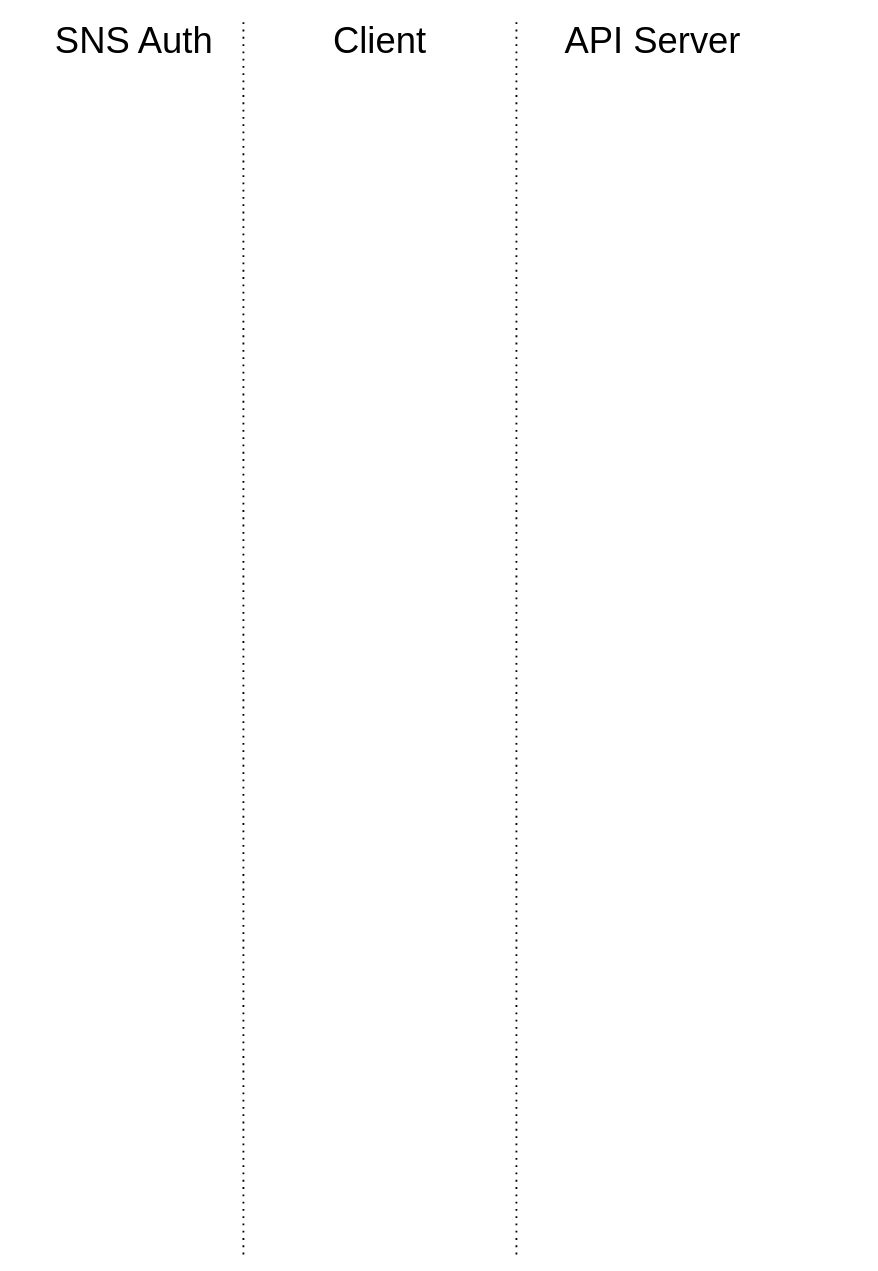
The draw.io diagram Untitled Diagram.drawio in 201311113/dataFlow_livecommerce, before the edit. Source tidied: cells renumbered, new cells numbered last; positions are measured from the earlier drawing's top-left corner, leaving out a move shared by most shapes. Both pictures are drawn from the tidied source at 91%, with x=0, y=0 at pixel (43, 16).
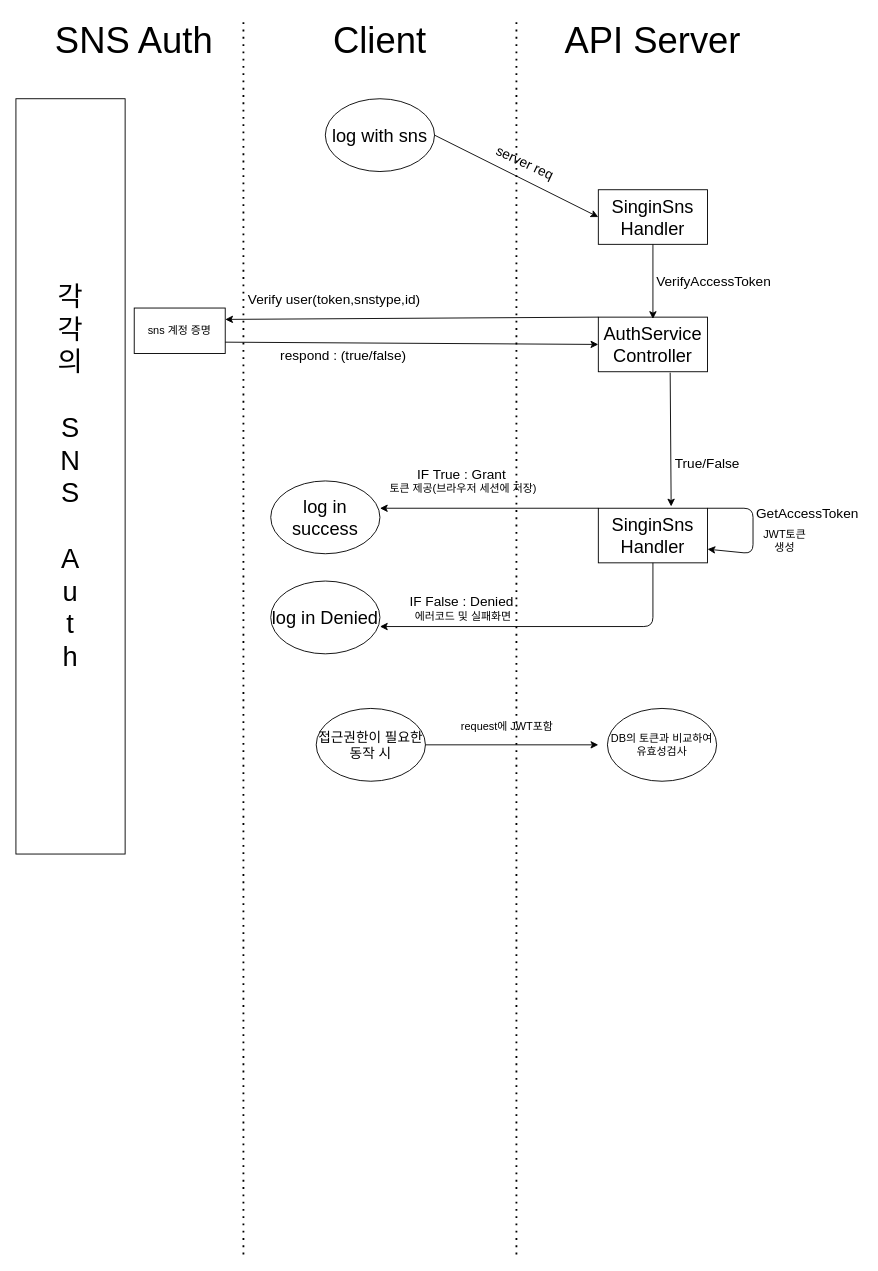
Above is the later version.

Diff of the diagram source:
```diff
@@
+    <mxCell id="7" value="&lt;font style=&quot;font-size: 20px&quot;&gt;log with sns&lt;/font&gt;" style="ellipse;whiteSpace=wrap;html=1;" parent="1" vertex="1">
+      <mxGeometry x="310" y="90" width="120" height="80" as="geometry" />
+    </mxCell>
+    <mxCell id="8" value="&lt;font style=&quot;font-size: 20px&quot;&gt;SinginSns Handler&lt;/font&gt;" style="rounded=0;whiteSpace=wrap;html=1;" parent="1" vertex="1">
+      <mxGeometry x="610" y="190" width="120" height="60" as="geometry" />
+    </mxCell>
+    <mxCell id="9" style="endArrow=classic;html=1;exitX=1;exitY=0.5;exitDx=0;exitDy=0;entryX=0;entryY=0.5;entryDx=0;entryDy=0;" parent="1" edge="1" source="7" target="8">
+      <mxGeometry relative="1" as="geometry" />
+    </mxCell>
+    <mxCell id="10" value="&lt;font style=&quot;font-size: 15px&quot;&gt;server req&lt;/font&gt;" style="text;html=1;strokeColor=none;fillColor=none;align=center;verticalAlign=middle;whiteSpace=wrap;rounded=0;rotation=25;" parent="1" vertex="1">
+      <mxGeometry x="430" y="150" width="200" height="20" as="geometry" />
+    </mxCell>
+    <mxCell id="11" value="&lt;div&gt;&lt;font style=&quot;font-size: 20px&quot;&gt;AuthService&lt;/font&gt;&lt;/div&gt;&lt;div&gt;&lt;font style=&quot;font-size: 20px&quot;&gt;Controller&lt;br&gt;&lt;/font&gt;&lt;/div&gt;" style="rounded=0;whiteSpace=wrap;html=1;" parent="1" vertex="1">
+      <mxGeometry x="610" y="330" width="120" height="60" as="geometry" />
+    </mxCell>
+    <mxCell id="12" value="&lt;div style=&quot;font-size: 30px&quot;&gt;&lt;font style=&quot;font-size: 30px&quot;&gt;각&lt;/font&gt;&lt;/div&gt;&lt;div style=&quot;font-size: 30px&quot;&gt;&lt;font style=&quot;font-size: 30px&quot;&gt;각&lt;/font&gt;&lt;/div&gt;&lt;div style=&quot;font-size: 30px&quot;&gt;&lt;font style=&quot;font-size: 30px&quot;&gt;의&lt;/font&gt;&lt;/div&gt;&lt;div style=&quot;font-size: 30px&quot;&gt;&lt;font style=&quot;font-size: 30px&quot;&gt;&lt;br&gt;&lt;/font&gt;&lt;/div&gt;&lt;div style=&quot;font-size: 30px&quot;&gt;&lt;font style=&quot;font-size: 30px&quot;&gt;S&lt;/font&gt;&lt;/div&gt;&lt;div style=&quot;font-size: 30px&quot;&gt;&lt;font style=&quot;font-size: 30px&quot;&gt;N&lt;/font&gt;&lt;/div&gt;&lt;div style=&quot;font-size: 30px&quot;&gt;&lt;font style=&quot;font-size: 30px&quot;&gt;S&lt;/font&gt;&lt;/div&gt;&lt;div style=&quot;font-size: 30px&quot;&gt;&lt;font style=&quot;font-size: 30px&quot;&gt;&lt;br&gt;&lt;/font&gt;&lt;/div&gt;&lt;div style=&quot;font-size: 30px&quot;&gt;&lt;font style=&quot;font-size: 30px&quot;&gt;A&lt;/font&gt;&lt;/div&gt;&lt;div style=&quot;font-size: 30px&quot;&gt;&lt;font style=&quot;font-size: 30px&quot;&gt;u&lt;/font&gt;&lt;/div&gt;&lt;div style=&quot;font-size: 30px&quot;&gt;&lt;font style=&quot;font-size: 30px&quot;&gt;t&lt;/font&gt;&lt;/div&gt;&lt;div style=&quot;font-size: 30px&quot;&gt;&lt;font style=&quot;font-size: 30px&quot;&gt;h&lt;br&gt;&lt;/font&gt;&lt;/div&gt;" style="rounded=0;whiteSpace=wrap;html=1;" parent="1" vertex="1">
+      <mxGeometry x="-30" y="90" width="120" height="830" as="geometry" />
+    </mxCell>
+    <mxCell id="13" value="&lt;font style=&quot;font-size: 15px&quot;&gt;Verify user(token,snstype,id)&lt;br&gt;&lt;/font&gt;" style="text;html=1;strokeColor=none;fillColor=none;align=center;verticalAlign=middle;whiteSpace=wrap;rounded=0;rotation=0;" parent="1" vertex="1">
+      <mxGeometry x="220" y="300" width="200" height="20" as="geometry" />
+    </mxCell>
+    <mxCell id="14" value="&lt;font style=&quot;font-size: 15px&quot;&gt;respond : (true/false)&lt;/font&gt;" style="text;html=1;strokeColor=none;fillColor=none;align=center;verticalAlign=middle;whiteSpace=wrap;rounded=0;rotation=0;" parent="1" vertex="1">
+      <mxGeometry x="230" y="362" width="200" height="20" as="geometry" />
+    </mxCell>
+    <mxCell id="15" value="&lt;font style=&quot;font-size: 20px&quot;&gt;log in success&lt;br&gt;&lt;/font&gt;" style="ellipse;whiteSpace=wrap;html=1;" parent="1" vertex="1">
+      <mxGeometry x="250" y="510" width="120" height="80" as="geometry" />
+    </mxCell>
+    <mxCell id="16" value="&lt;font style=&quot;font-size: 15px&quot;&gt;IF True : Grant&lt;br&gt;&lt;/font&gt;&amp;nbsp;토큰 제공(브라우저 세션에 저장)" style="text;html=1;strokeColor=none;fillColor=none;align=center;verticalAlign=middle;whiteSpace=wrap;rounded=0;rotation=0;" parent="1" vertex="1">
+      <mxGeometry x="360" y="500" width="200" height="20" as="geometry" />
+    </mxCell>
+    <mxCell id="17" value="&lt;font style=&quot;font-size: 20px&quot;&gt;log in Denied&lt;br&gt;&lt;/font&gt;" style="ellipse;whiteSpace=wrap;html=1;" parent="1" vertex="1">
+      <mxGeometry x="250" y="620" width="120" height="80" as="geometry" />
+    </mxCell>
+    <mxCell id="18" style="endArrow=none;dashed=1;html=1;dashPattern=1 3;strokeWidth=2;" parent="1" edge="1">
+      <mxGeometry relative="1" as="geometry">
+        <mxPoint x="100" y="380" as="sourcePoint" />
+        <mxPoint x="100" y="380" as="targetPoint" />
+      </mxGeometry>
+    </mxCell>
+    <mxCell id="19" value="sns 계정 증명" style="rounded=0;whiteSpace=wrap;html=1;" parent="1" vertex="1">
+      <mxGeometry x="100" y="320" width="100" height="50" as="geometry" />
+    </mxCell>
+    <mxCell id="20" style="endArrow=classic;html=1;entryX=1;entryY=0.25;entryDx=0;entryDy=0;exitX=0;exitY=0;exitDx=0;exitDy=0;" parent="1" edge="1" source="11" target="19">
+      <mxGeometry relative="1" as="geometry" />
+    </mxCell>
+    <mxCell id="21" style="endArrow=classic;html=1;exitX=1;exitY=0.75;exitDx=0;exitDy=0;entryX=0;entryY=0.5;entryDx=0;entryDy=0;" parent="1" edge="1" source="19" target="11">
+      <mxGeometry relative="1" as="geometry" />
+    </mxCell>
+    <mxCell id="22" value="&lt;font style=&quot;font-size: 20px&quot;&gt;SinginSns Handler&lt;/font&gt;" style="rounded=0;whiteSpace=wrap;html=1;" parent="1" vertex="1">
+      <mxGeometry x="610" y="540" width="120" height="60" as="geometry" />
+    </mxCell>
+    <mxCell id="23" style="endArrow=classic;html=1;exitX=0.5;exitY=1;exitDx=0;exitDy=0;" parent="1" edge="1" source="8">
+      <mxGeometry relative="1" as="geometry">
+        <mxPoint x="670" y="332" as="targetPoint" />
+      </mxGeometry>
+    </mxCell>
+    <mxCell id="24" style="endArrow=classic;html=1;exitX=0.658;exitY=1.017;exitDx=0;exitDy=0;exitPerimeter=0;entryX=0.667;entryY=-0.033;entryDx=0;entryDy=0;entryPerimeter=0;" parent="1" edge="1" source="11" target="22">
+      <mxGeometry relative="1" as="geometry" />
+    </mxCell>
+    <mxCell id="25" value="&lt;font style=&quot;font-size: 15px&quot;&gt;True/False&lt;/font&gt;" style="text;html=1;strokeColor=none;fillColor=none;align=center;verticalAlign=middle;whiteSpace=wrap;rounded=0;rotation=0;" parent="1" vertex="1">
+      <mxGeometry x="670" y="480" width="120" height="20" as="geometry" />
+    </mxCell>
+    <mxCell id="26" value="&lt;font style=&quot;font-size: 15px&quot;&gt;IF False : Denied&lt;br&gt;&lt;/font&gt;&amp;nbsp;에러코드 및 실패화면" style="text;html=1;strokeColor=none;fillColor=none;align=center;verticalAlign=middle;whiteSpace=wrap;rounded=0;rotation=0;" parent="1" vertex="1">
+      <mxGeometry x="360" y="640" width="200" height="20" as="geometry" />
+    </mxCell>
+    <mxCell id="27" style="endArrow=classic;html=1;entryX=1;entryY=0.375;entryDx=0;entryDy=0;exitX=0;exitY=0;exitDx=0;exitDy=0;entryPerimeter=0;" parent="1" edge="1" source="22" target="15">
+      <mxGeometry relative="1" as="geometry" />
+    </mxCell>
+    <mxCell id="28" style="endArrow=classic;html=1;exitX=0.5;exitY=1;exitDx=0;exitDy=0;" parent="1" edge="1" source="22">
+      <mxGeometry relative="1" as="geometry">
+        <mxPoint x="370" y="670" as="targetPoint" />
+        <Array as="points">
+          <mxPoint x="670" y="670" />
+        </Array>
+      </mxGeometry>
+    </mxCell>
+    <mxCell id="29" style="endArrow=classic;html=1;exitX=1;exitY=0;exitDx=0;exitDy=0;entryX=1;entryY=0.75;entryDx=0;entryDy=0;" parent="1" edge="1" source="22" target="22">
+      <mxGeometry relative="1" as="geometry">
+        <Array as="points">
+          <mxPoint x="780" y="540" />
+          <mxPoint x="780" y="590" />
+        </Array>
+      </mxGeometry>
+    </mxCell>
+    <mxCell id="30" value="&lt;div&gt;JWT토큰&lt;/div&gt;&lt;div&gt;생성&lt;/div&gt;" style="text;html=1;strokeColor=none;fillColor=none;align=center;verticalAlign=middle;whiteSpace=wrap;rounded=0;rotation=0;" parent="1" vertex="1">
+      <mxGeometry x="770" y="566" width="90" height="20" as="geometry" />
+    </mxCell>
+    <mxCell id="31" value="&lt;div style=&quot;font-size: 15px&quot;&gt;&lt;font style=&quot;font-size: 15px&quot;&gt;접&lt;/font&gt;&lt;font style=&quot;font-size: 15px&quot;&gt;근권한이 필요한&lt;/font&gt;&lt;/div&gt;&lt;div style=&quot;font-size: 15px&quot;&gt;&lt;font style=&quot;font-size: 15px&quot;&gt;동작 시&lt;br&gt;&lt;/font&gt;&lt;/div&gt;" style="ellipse;whiteSpace=wrap;html=1;" parent="1" vertex="1">
+      <mxGeometry x="300" y="760" width="120" height="80" as="geometry" />
+    </mxCell>
+    <mxCell id="32" style="endArrow=classic;html=1;exitX=1;exitY=0.5;exitDx=0;exitDy=0;" parent="1" edge="1" source="31">
+      <mxGeometry relative="1" as="geometry">
+        <mxPoint x="610" y="800" as="targetPoint" />
+      </mxGeometry>
+    </mxCell>
+    <mxCell id="33" value="&lt;div&gt;DB의 토큰과 비교하여&lt;/div&gt;&lt;div&gt;유효성검사&lt;br&gt;&lt;/div&gt;" style="ellipse;whiteSpace=wrap;html=1;" parent="1" vertex="1">
+      <mxGeometry x="620" y="760" width="120" height="80" as="geometry" />
+    </mxCell>
+    <mxCell id="34" value="request에 JWT포함" style="text;html=1;strokeColor=none;fillColor=none;align=center;verticalAlign=middle;whiteSpace=wrap;rounded=0;" parent="1" vertex="1">
+      <mxGeometry x="450" y="770" width="120" height="20" as="geometry" />
+    </mxCell>
+    <mxCell id="35" value="&lt;font style=&quot;font-size: 15px&quot;&gt;VerifyAccessToken&lt;/font&gt;" style="text;html=1;strokeColor=none;fillColor=none;align=center;verticalAlign=middle;whiteSpace=wrap;rounded=0;rotation=0;" parent="1" vertex="1">
+      <mxGeometry x="677" y="280" width="120" height="20" as="geometry" />
+    </mxCell>
+    <mxCell id="36" value="&lt;font style=&quot;font-size: 15px&quot;&gt;GetAccessToken&lt;/font&gt;" style="text;html=1;strokeColor=none;fillColor=none;align=center;verticalAlign=middle;whiteSpace=wrap;rounded=0;rotation=0;" parent="1" vertex="1">
+      <mxGeometry x="780" y="535" width="120" height="20" as="geometry" />
+    </mxCell>
```
